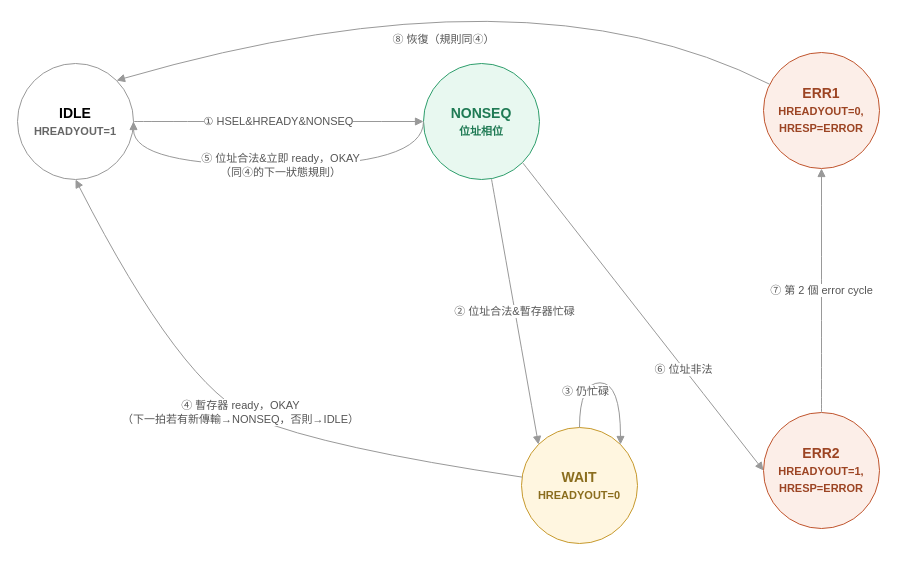
Earlier version of the draw.io diagram HW1/Upload/ahb_slave_fsm.drawio (shj-F115112128/SOC_Practice). Source tidied: cells renumbered, new cells numbered last; positions are measured from the earlier drawing's top-left corner, leaving out a move shared by most shapes. Both pictures are drawn from the tidied source at 100%, with x=0, y=0 at pixel (17, -39).
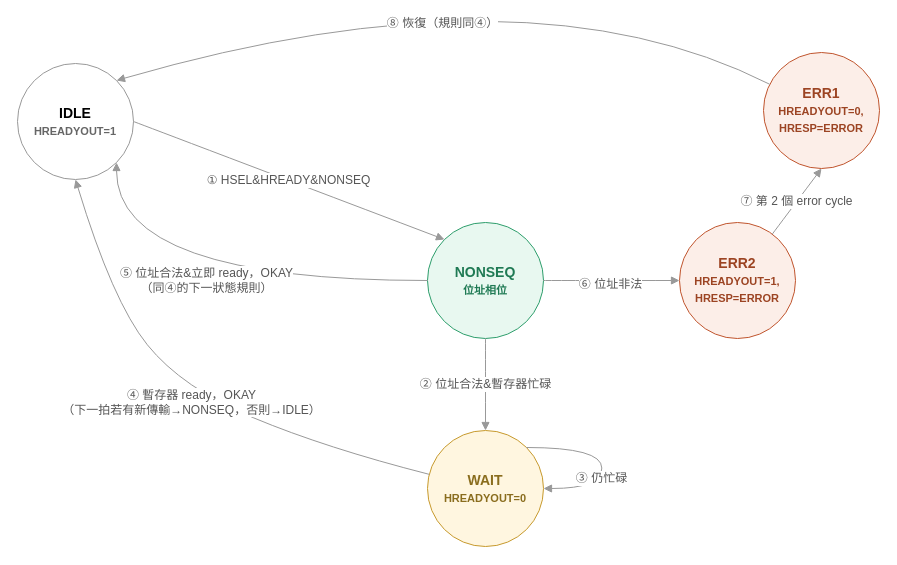
After the change.

Unchanged cells that the change refers to:
```xml
<mxCell id="2" value="IDLE&#10;&lt;font style=&quot;font-size:11px&quot; color=&quot;#666666&quot;&gt;HREADYOUT=1&lt;/font&gt;" style="ellipse;whiteSpace=wrap;html=1;fillColor=#FFFFFF;strokeColor=#999999;fontSize=14;fontStyle=1;" parent="1" vertex="1">
  <mxGeometry y="102" width="116" height="116" as="geometry" />
</mxCell>
<mxCell id="6" value="ERR1&#10;&lt;font style=&quot;font-size:11px&quot; color=&quot;#9C4423&quot;&gt;HREADYOUT=0, HRESP=ERROR&lt;/font&gt;" style="ellipse;whiteSpace=wrap;html=1;fillColor=#FCEEE8;strokeColor=#C0552E;fontColor=#9C4423;fontSize=14;fontStyle=1;" parent="1" vertex="1">
  <mxGeometry x="746" y="91" width="116" height="116" as="geometry" />
</mxCell>
```

What changed in the source:
```diff
@@
     <mxCell id="3" value="NONSEQ&#10;&lt;font style=&quot;font-size:11px&quot; color=&quot;#1F7A54&quot;&gt;位址相位&lt;/font&gt;" style="ellipse;whiteSpace=wrap;html=1;fillColor=#E8F8F0;strokeColor=#2E9E6C;fontColor=#1F7A54;fontSize=14;fontStyle=1;" parent="1" vertex="1">
-      <mxGeometry x="406" y="102" width="116" height="116" as="geometry" />
+      <mxGeometry x="410" y="261" width="116" height="116" as="geometry" />
     </mxCell>
     <mxCell id="4" value="WAIT&#10;&lt;font style=&quot;font-size:11px&quot; color=&quot;#8A6D1E&quot;&gt;HREADYOUT=0&lt;/font&gt;" style="ellipse;whiteSpace=wrap;html=1;fillColor=#FFF6E0;strokeColor=#C79A2E;fontColor=#8A6D1E;fontSize=14;fontStyle=1;" parent="1" vertex="1">
-      <mxGeometry x="504" y="466" width="116" height="116" as="geometry" />
+      <mxGeometry x="410" y="469" width="116" height="116" as="geometry" />
     </mxCell>
     <mxCell id="5" value="ERR2&#10;&lt;font style=&quot;font-size:11px&quot; color=&quot;#9C4423&quot;&gt;HREADYOUT=1, HRESP=ERROR&lt;/font&gt;" style="ellipse;whiteSpace=wrap;html=1;fillColor=#FCEEE8;strokeColor=#C0552E;fontColor=#9C4423;fontSize=14;fontStyle=1;" parent="1" vertex="1">
-      <mxGeometry x="746" y="451" width="116" height="116" as="geometry" />
+      <mxGeometry x="662" y="261" width="116" height="116" as="geometry" />
     </mxCell>
@@
-    <mxCell id="7" value="① HSEL&amp;HREADY&amp;NONSEQ" style="curved=1;endArrow=block;html=1;strokeColor=#999999;fontSize=11;fontColor=#555555;" parent="1" edge="1" source="2" target="3">
+    <mxCell id="7" value="&lt;font style=&quot;font-size: 12px;&quot;&gt;① HSEL&amp;amp;HREADY&amp;amp;NONSEQ&lt;/font&gt;" style="curved=1;endArrow=block;html=1;strokeColor=#999999;fontSize=11;fontColor=#555555;entryX=0;entryY=0;entryDx=0;entryDy=0;exitX=1;exitY=0.5;exitDx=0;exitDy=0;" parent="1" edge="1" source="2" target="3">
       <mxGeometry relative="1" as="geometry" />
     </mxCell>
-    <mxCell id="8" value="② 位址合法&amp;暫存器忙碌" style="curved=1;endArrow=block;html=1;strokeColor=#999999;fontSize=11;fontColor=#555555;entryX=0;entryY=0;entryDx=0;entryDy=0;" parent="1" edge="1" source="3" target="4">
+    <mxCell id="8" value="&lt;font style=&quot;font-size: 12px;&quot;&gt;② 位址合法&amp;amp;暫存器忙碌&lt;/font&gt;" style="curved=1;endArrow=block;html=1;strokeColor=#999999;fontSize=11;fontColor=#555555;entryX=0.5;entryY=0;entryDx=0;entryDy=0;" parent="1" edge="1" source="3" target="4">
       <mxGeometry relative="1" as="geometry" />
     </mxCell>
-    <mxCell id="9" value="③ 仍忙碌" style="curved=1;endArrow=block;html=1;strokeColor=#999999;fontSize=11;fontColor=#555555;exitX=0.5;exitY=0;exitDx=0;exitDy=0;entryX=1;entryY=0;entryDx=0;entryDy=0;edgeStyle=orthogonalEdgeStyle;innerLoopWaypoints=1;" parent="1" edge="1" source="4" target="4">
-      <mxGeometry x="-0.51" y="-6.49" relative="1" as="geometry">
+    <mxCell id="9" value="&lt;font style=&quot;font-size: 12px;&quot;&gt;③ 仍忙碌&lt;/font&gt;" style="curved=1;endArrow=block;html=1;strokeColor=#999999;fontSize=11;fontColor=#555555;exitX=1;exitY=0;exitDx=0;exitDy=0;entryX=1;entryY=0.5;entryDx=0;entryDy=0;edgeStyle=orthogonalEdgeStyle;innerLoopWaypoints=1;" parent="1" edge="1" source="4" target="4">
+      <mxGeometry x="0.22" relative="1" as="geometry">
         <Array as="points">
-          <mxPoint x="562" y="421.3" />
-          <mxPoint x="603" y="421.3" />
+          <mxPoint x="584.3" y="486" />
+          <mxPoint x="584.3" y="527" />
         </Array>
       </mxGeometry>
     </mxCell>
-    <mxCell id="10" value="④ 暫存器 ready，OKAY&#10;（下一拍若有新傳輸→NONSEQ，否則→IDLE）" style="curved=1;endArrow=block;html=1;strokeColor=#999999;fontSize=11;fontColor=#555555;entryX=0.5;entryY=1;entryDx=0;entryDy=0;" parent="1" edge="1" source="4" target="2">
-      <mxGeometry x="-0.01" relative="1" as="geometry">
+    <mxCell id="10" value="&lt;font style=&quot;font-size: 12px;&quot;&gt;④ 暫存器 ready，OKAY&lt;br&gt;（下一拍若有新傳輸→NONSEQ，否則→IDLE）&lt;/font&gt;" style="curved=1;endArrow=block;html=1;strokeColor=#999999;fontSize=11;fontColor=#555555;entryX=0.5;entryY=1;entryDx=0;entryDy=0;" parent="1" edge="1" source="4" target="2">
+      <mxGeometry x="-0.01" y="9.9" relative="1" as="geometry">
         <Array as="points">
           <mxPoint x="308.1" y="486.4" />
           <mxPoint x="164.6" y="426.5" />
+          <mxPoint x="95" y="340" />
         </Array>
       </mxGeometry>
     </mxCell>
-    <mxCell id="11" value="⑤ 位址合法&amp;立即 ready，OKAY&#10;（同④的下一狀態規則）" style="curved=1;endArrow=block;html=1;strokeColor=#999999;fontSize=11;fontColor=#555555;edgeStyle=orthogonalEdgeStyle;curveGeometry=1;exitX=0;exitY=0.5;exitDx=0;exitDy=0;entryX=1;entryY=0.5;entryDx=0;entryDy=0;" parent="1" edge="1" source="3" target="2">
-      <mxGeometry x="-0.01" relative="1" as="geometry">
-        <Array as="points">
-          <mxPoint x="406" y="204" />
-          <mxPoint x="116" y="204" />
-        </Array>
-      </mxGeometry>
+    <mxCell id="11" value="&lt;font style=&quot;font-size: 12px;&quot;&gt;⑤ 位址合法&amp;amp;立即 ready，OKAY&lt;br&gt;（同④的下一狀態規則）&lt;/font&gt;" style="curved=1;endArrow=block;html=1;strokeColor=#999999;fontSize=11;fontColor=#555555;edgeStyle=orthogonalEdgeStyle;curveGeometry=1;exitX=0;exitY=0.5;exitDx=0;exitDy=0;entryX=1;entryY=1;entryDx=0;entryDy=0;" parent="1" edge="1" source="3" target="2">
+      <mxGeometry x="0.03" relative="1" as="geometry" />
     </mxCell>
-    <mxCell id="12" value="⑥ 位址非法" style="curved=1;endArrow=block;html=1;strokeColor=#999999;fontSize=11;fontColor=#555555;rounded=0;entryX=0;entryY=0.5;entryDx=0;entryDy=0;exitX=1;exitY=1;exitDx=0;exitDy=0;curveGeometry=1;" parent="1" edge="1" source="3" target="5">
-      <mxGeometry x="0.34" y="-1" relative="1" as="geometry" />
+    <mxCell id="12" value="&lt;font style=&quot;font-size: 12px;&quot;&gt;⑥ 位址非法&lt;/font&gt;" style="curved=1;endArrow=block;html=1;strokeColor=#999999;fontSize=11;fontColor=#555555;rounded=0;entryX=0;entryY=0.5;entryDx=0;entryDy=0;exitX=1;exitY=0.5;exitDx=0;exitDy=0;curveGeometry=1;" parent="1" edge="1" source="3" target="5">
+      <mxGeometry x="-0.01" y="-4" relative="1" as="geometry" />
     </mxCell>
-    <mxCell id="13" value="⑦ 第 2 個 error cycle" style="curved=1;endArrow=block;html=1;strokeColor=#999999;fontSize=11;fontColor=#555555;" parent="1" edge="1" source="5" target="6">
+    <mxCell id="13" value="&lt;font style=&quot;font-size: 12px;&quot;&gt;⑦ 第 2 個 error cycle&lt;/font&gt;" style="curved=1;endArrow=block;html=1;strokeColor=#999999;fontSize=11;fontColor=#555555;entryX=0.5;entryY=1;entryDx=0;entryDy=0;" parent="1" edge="1" source="5" target="6">
       <mxGeometry relative="1" as="geometry" />
     </mxCell>
-    <mxCell id="14" value="⑧ 恢復（規則同④）" style="curved=1;endArrow=block;html=1;strokeColor=#999999;fontSize=11;fontColor=#555555;entryX=1;entryY=0;entryDx=0;entryDy=0;" parent="1" edge="1" source="6" target="2">
-      <mxGeometry x="0.07" y="52" relative="1" as="geometry">
+    <mxCell id="14" value="&lt;font style=&quot;font-size: 12px;&quot;&gt;⑧ 恢復（規則同④）&lt;/font&gt;" style="curved=1;endArrow=block;html=1;strokeColor=#999999;fontSize=11;fontColor=#555555;entryX=1;entryY=0;entryDx=0;entryDy=0;" parent="1" edge="1" source="6" target="2">
+      <mxGeometry x="0.06" y="36" relative="1" as="geometry">
         <Array as="points">
           <mxPoint x="509.7" />
         </Array>
       </mxGeometry>
     </mxCell>
```
